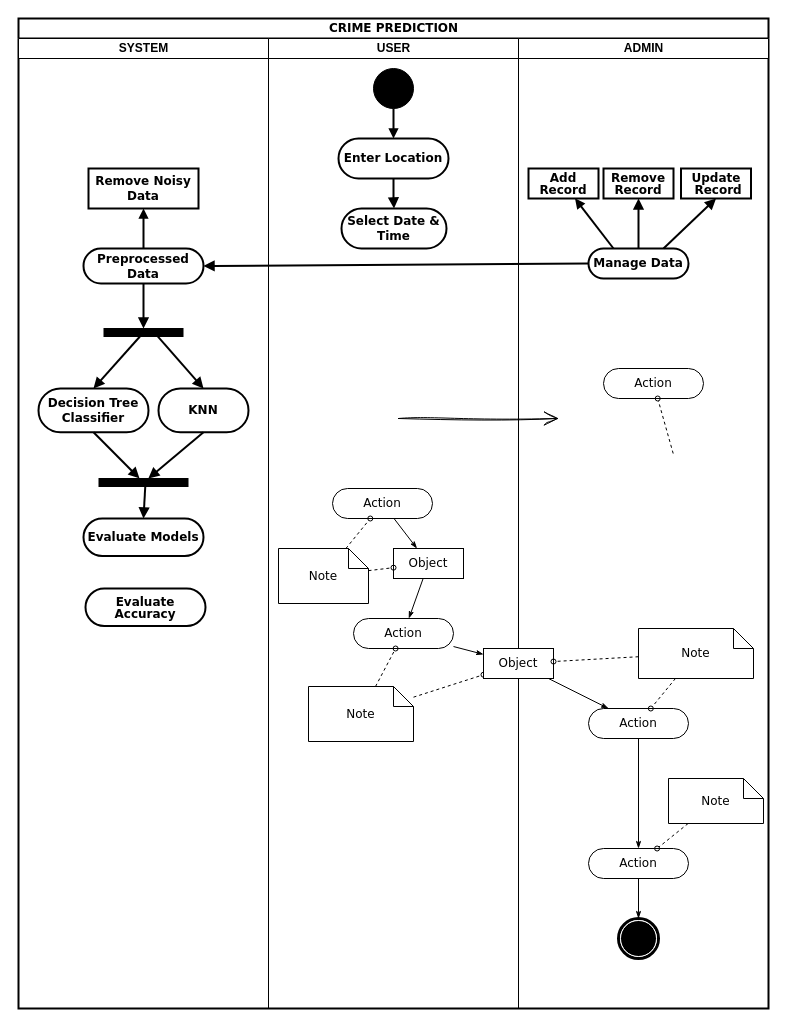
ChanumoluGayathri/System_Design keeps this draw.io diagram as Activity.drawio. Above is the earlier version. Source tidied: cells renumbered, new cells numbered last; positions are measured from the earlier drawing's top-left corner, leaving out a move shared by most shapes. Both pictures are drawn from the tidied source at 100%, with x=0, y=0 at pixel (18, 18).
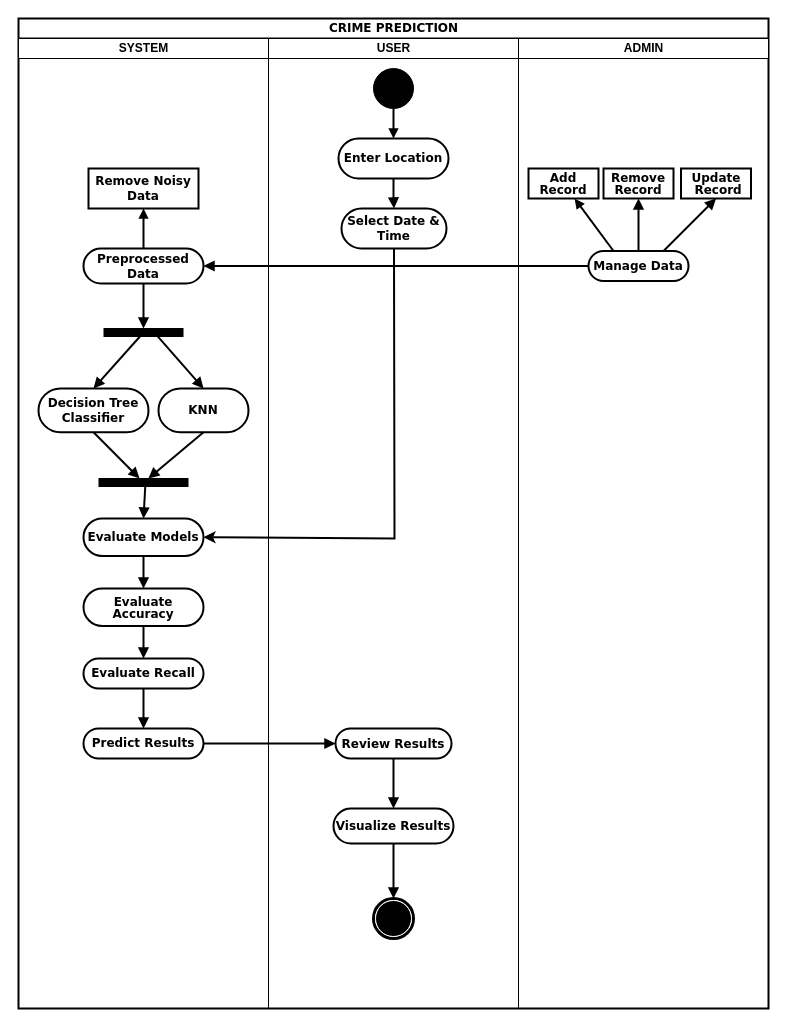
The same diagram, later.

The change refers to these unchanged cells:
```xml
<mxCell id="2" value="CRIME PREDICTION" style="swimlane;html=1;startSize=20;rounded=0;shadow=0;comic=0;labelBackgroundColor=none;strokeWidth=2;fontFamily=Verdana;fontSize=12;align=center;" parent="1" vertex="1">
  <mxGeometry width="750" height="990" as="geometry" />
</mxCell>
<mxCell id="3" value="SYSTEM" style="swimlane;html=1;startSize=20;" parent="2" vertex="1">
  <mxGeometry y="20" width="250" height="970" as="geometry" />
</mxCell>
<mxCell id="4" value="&lt;b&gt;Preprocessed Data&lt;/b&gt;" style="rounded=1;whiteSpace=wrap;html=1;shadow=0;comic=0;labelBackgroundColor=none;strokeWidth=2;fontFamily=Verdana;fontSize=12;align=center;arcSize=50;" parent="3" vertex="1">
  <mxGeometry x="65" y="210" width="120" height="35" as="geometry" />
</mxCell>
<mxCell id="16" value="&lt;b&gt;Evaluate Models&lt;/b&gt;" style="whiteSpace=wrap;html=1;fontFamily=Verdana;rounded=1;shadow=0;comic=0;labelBackgroundColor=none;strokeWidth=2;arcSize=50;" parent="3" vertex="1">
  <mxGeometry x="65" y="480" width="120" height="37.5" as="geometry" />
</mxCell>
<mxCell id="21" value="USER" style="swimlane;html=1;startSize=20;" parent="2" vertex="1">
  <mxGeometry x="250" y="20" width="250" height="970" as="geometry" />
</mxCell>
<mxCell id="36" value="&lt;font style=&quot;font-size: 12px;&quot;&gt;&lt;b style=&quot;&quot;&gt;Select Date &amp;amp; Time&lt;/b&gt;&lt;/font&gt;" style="rounded=1;whiteSpace=wrap;html=1;shadow=0;comic=0;labelBackgroundColor=none;strokeWidth=2;fontFamily=Verdana;fontSize=12;align=center;arcSize=50;" parent="21" vertex="1">
  <mxGeometry x="73" y="170" width="105" height="40" as="geometry" />
</mxCell>
<mxCell id="38" value="ADMIN" style="swimlane;html=1;startSize=20;" parent="2" vertex="1">
  <mxGeometry x="500" y="20" width="250" height="970" as="geometry" />
</mxCell>
```

Change to the diagram source:
```diff
@@
+    <mxCell id="61" style="edgeStyle=orthogonalEdgeStyle;rounded=0;hachureGap=4;jettySize=auto;html=1;fontFamily=Architects Daughter;fontSize=16;strokeWidth=2;endArrow=block;endFill=1;" parent="3" edge="1" source="16" target="18">
+      <mxGeometry relative="1" as="geometry" />
+    </mxCell>
@@
+    <mxCell id="62" style="edgeStyle=orthogonalEdgeStyle;rounded=0;hachureGap=4;jettySize=auto;html=1;fontFamily=Architects Daughter;fontSize=16;strokeWidth=2;endArrow=block;endFill=1;" parent="3" edge="1" source="18" target="64">
+      <mxGeometry relative="1" as="geometry" />
+    </mxCell>
     <mxCell id="18" value="&lt;p style=&quot;line-height: 100%;&quot;&gt;&lt;b&gt;Evaluate Accuracy&lt;/b&gt;&lt;/p&gt;" style="whiteSpace=wrap;html=1;fontFamily=Verdana;rounded=1;shadow=0;comic=0;labelBackgroundColor=none;strokeWidth=2;arcSize=50;" parent="3" vertex="1">
-      <mxGeometry x="67" y="550" width="120" height="37.5" as="geometry" />
+      <mxGeometry x="65" y="550" width="120" height="37.5" as="geometry" />
     </mxCell>
-    <mxCell id="19" style="edgeStyle=none;rounded=0;html=1;labelBackgroundColor=none;startArrow=none;startFill=0;startSize=5;endArrow=classicThin;endFill=1;endSize=5;jettySize=auto;strokeWidth=1;fontFamily=Verdana;fontSize=12;" parent="2" edge="1" source="26" target="44">
-      <mxGeometry relative="1" as="geometry" />
-    </mxCell>
-    <mxCell id="20" style="edgeStyle=none;rounded=0;html=1;dashed=1;labelBackgroundColor=none;startArrow=none;startFill=0;startSize=5;endArrow=oval;endFill=0;endSize=5;jettySize=auto;strokeWidth=1;fontFamily=Verdana;fontSize=12;" parent="2" edge="1" source="31" target="44">
-      <mxGeometry relative="1" as="geometry" />
-    </mxCell>
+    <mxCell id="63" style="edgeStyle=orthogonalEdgeStyle;rounded=0;hachureGap=4;jettySize=auto;html=1;fontFamily=Architects Daughter;fontSize=16;strokeWidth=2;endArrow=block;endFill=1;" parent="3" edge="1" source="64" target="65">
+      <mxGeometry relative="1" as="geometry" />
+    </mxCell>
+    <mxCell id="64" value="&lt;b&gt;Evaluate Recall&lt;/b&gt;" style="whiteSpace=wrap;html=1;fontFamily=Verdana;rounded=1;shadow=0;comic=0;labelBackgroundColor=none;strokeWidth=2;arcSize=50;" parent="3" vertex="1">
+      <mxGeometry x="65" y="620" width="120" height="30" as="geometry" />
+    </mxCell>
+    <mxCell id="65" value="&lt;b&gt;Predict Results&lt;/b&gt;" style="whiteSpace=wrap;html=1;fontFamily=Verdana;rounded=1;shadow=0;comic=0;labelBackgroundColor=none;strokeWidth=2;arcSize=50;" parent="3" vertex="1">
+      <mxGeometry x="65" y="690" width="120" height="30" as="geometry" />
+    </mxCell>
+    <mxCell id="37" style="endArrow=block;html=1;rounded=0;hachureGap=4;fontFamily=Architects Daughter;fontSize=16;exitX=0;exitY=0.5;exitDx=0;exitDy=0;entryX=1;entryY=0.5;entryDx=0;entryDy=0;strokeWidth=2;endFill=1;" parent="2" edge="1" source="40" target="4">
+      <mxGeometry relative="1" as="geometry" />
+    </mxCell>
@@
-    <mxCell id="22" style="edgeStyle=none;rounded=0;html=1;labelBackgroundColor=none;startArrow=none;startFill=0;startSize=5;endArrow=classicThin;endFill=1;endSize=5;jettySize=auto;strokeWidth=1;fontFamily=Verdana;fontSize=12;" parent="21" edge="1" source="23" target="25">
-      <mxGeometry relative="1" as="geometry" />
-    </mxCell>
+    <mxCell id="66" style="edgeStyle=orthogonalEdgeStyle;rounded=0;hachureGap=4;jettySize=auto;html=1;fontFamily=Architects Daughter;fontSize=16;strokeWidth=2;endArrow=block;endFill=1;" parent="21" edge="1" source="23" target="68">
+      <mxGeometry relative="1" as="geometry" />
+    </mxCell>
-    <mxCell id="23" value="Action" style="rounded=1;whiteSpace=wrap;html=1;shadow=0;comic=0;labelBackgroundColor=none;strokeWidth=1;fontFamily=Verdana;fontSize=12;align=center;arcSize=50;" parent="21" vertex="1">
-      <mxGeometry x="64" y="450" width="100" height="30" as="geometry" />
+    <mxCell id="23" value="&lt;p style=&quot;line-height: 100%;&quot;&gt;&lt;b&gt;Review Results&lt;/b&gt;&lt;/p&gt;" style="rounded=1;whiteSpace=wrap;html=1;shadow=0;comic=0;labelBackgroundColor=none;strokeWidth=2;fontFamily=Verdana;fontSize=12;align=center;arcSize=50;" parent="21" vertex="1">
+      <mxGeometry x="67" y="690" width="116" height="30" as="geometry" />
     </mxCell>
-    <mxCell id="24" style="edgeStyle=none;rounded=0;html=1;labelBackgroundColor=none;startArrow=none;startFill=0;startSize=5;endArrow=classicThin;endFill=1;endSize=5;jettySize=auto;strokeWidth=1;fontFamily=Verdana;fontSize=12;" parent="21" edge="1" source="25" target="26">
-      <mxGeometry relative="1" as="geometry" />
-    </mxCell>
-    <mxCell id="25" value="Object" style="rounded=0;whiteSpace=wrap;html=1;shadow=0;comic=0;labelBackgroundColor=none;strokeWidth=1;fontFamily=Verdana;fontSize=12;align=center;arcSize=50;" parent="21" vertex="1">
-      <mxGeometry x="125" y="510" width="70" height="30" as="geometry" />
-    </mxCell>
-    <mxCell id="26" value="Action" style="rounded=1;whiteSpace=wrap;html=1;shadow=0;comic=0;labelBackgroundColor=none;strokeWidth=1;fontFamily=Verdana;fontSize=12;align=center;arcSize=50;" parent="21" vertex="1">
-      <mxGeometry x="85" y="580" width="100" height="30" as="geometry" />
-    </mxCell>
-    <mxCell id="27" style="edgeStyle=none;rounded=0;html=1;dashed=1;labelBackgroundColor=none;startArrow=none;startFill=0;startSize=5;endArrow=oval;endFill=0;endSize=5;jettySize=auto;strokeWidth=1;fontFamily=Verdana;fontSize=12;" parent="21" edge="1" source="29" target="23">
-      <mxGeometry relative="1" as="geometry" />
-    </mxCell>
-    <mxCell id="28" style="edgeStyle=none;rounded=0;html=1;dashed=1;labelBackgroundColor=none;startArrow=none;startFill=0;startSize=5;endArrow=oval;endFill=0;endSize=5;jettySize=auto;strokeWidth=1;fontFamily=Verdana;fontSize=12;" parent="21" edge="1" source="29" target="25">
-      <mxGeometry relative="1" as="geometry" />
-    </mxCell>
-    <mxCell id="29" value="Note" style="shape=note;whiteSpace=wrap;html=1;rounded=0;shadow=0;comic=0;labelBackgroundColor=none;strokeWidth=1;fontFamily=Verdana;fontSize=12;align=center;size=20;" parent="21" vertex="1">
-      <mxGeometry x="10" y="510" width="90" height="55" as="geometry" />
-    </mxCell>
-    <mxCell id="30" style="edgeStyle=none;rounded=0;html=1;dashed=1;labelBackgroundColor=none;startArrow=none;startFill=0;startSize=5;endArrow=oval;endFill=0;endSize=5;jettySize=auto;strokeWidth=1;fontFamily=Verdana;fontSize=12;" parent="21" edge="1" source="31" target="26">
-      <mxGeometry relative="1" as="geometry" />
-    </mxCell>
-    <mxCell id="31" value="Note" style="shape=note;whiteSpace=wrap;html=1;rounded=0;shadow=0;comic=0;labelBackgroundColor=none;strokeWidth=1;fontFamily=Verdana;fontSize=12;align=center;size=20;" parent="21" vertex="1">
-      <mxGeometry x="40" y="648" width="105" height="55" as="geometry" />
-    </mxCell>
@@
-    <mxCell id="37" style="endArrow=block;html=1;rounded=0;hachureGap=4;fontFamily=Architects Daughter;fontSize=16;exitX=0;exitY=0.5;exitDx=0;exitDy=0;entryX=1;entryY=0.5;entryDx=0;entryDy=0;strokeWidth=2;endFill=1;" parent="2" edge="1" source="40" target="4">
-      <mxGeometry relative="1" as="geometry" />
-    </mxCell>
+    <mxCell id="67" style="edgeStyle=orthogonalEdgeStyle;rounded=0;hachureGap=4;jettySize=auto;html=1;fontFamily=Architects Daughter;fontSize=16;strokeWidth=2;endArrow=block;endFill=1;" parent="21" edge="1" source="68" target="49">
+      <mxGeometry relative="1" as="geometry" />
+    </mxCell>
+    <mxCell id="68" value="&lt;b&gt;Visualize Results&lt;/b&gt;" style="whiteSpace=wrap;html=1;fontFamily=Verdana;rounded=1;shadow=0;comic=0;labelBackgroundColor=none;strokeWidth=2;arcSize=50;" parent="21" vertex="1">
+      <mxGeometry x="65" y="770" width="120" height="35" as="geometry" />
+    </mxCell>
+    <mxCell id="49" style="shape=mxgraph.bpmn.shape;html=1;verticalLabelPosition=bottom;labelBackgroundColor=#ffffff;verticalAlign=top;perimeter=ellipsePerimeter;outline=end;symbol=terminate;rounded=0;shadow=0;comic=0;strokeWidth=1;fontFamily=Verdana;fontSize=12;align=center;" parent="21" vertex="1">
+      <mxGeometry x="105" y="860" width="40" height="40" as="geometry" />
+    </mxCell>
@@
     <mxCell id="40" value="&lt;b&gt;Manage Data&lt;/b&gt;" style="rounded=1;whiteSpace=wrap;html=1;shadow=0;comic=0;labelBackgroundColor=none;strokeWidth=2;fontFamily=Verdana;fontSize=12;align=center;arcSize=50;" parent="38" vertex="1">
-      <mxGeometry x="70" y="210" width="100" height="30" as="geometry" />
+      <mxGeometry x="70" y="212.5" width="100" height="30" as="geometry" />
     </mxCell>
-    <mxCell id="41" value="Action" style="rounded=1;whiteSpace=wrap;html=1;shadow=0;comic=0;labelBackgroundColor=none;strokeWidth=1;fontFamily=Verdana;fontSize=12;align=center;arcSize=50;" parent="38" vertex="1">
-      <mxGeometry x="85" y="330" width="100" height="30" as="geometry" />
-    </mxCell>
@@
-    <mxCell id="43" style="edgeStyle=none;rounded=0;html=1;labelBackgroundColor=none;startArrow=none;startFill=0;startSize=5;endArrow=classicThin;endFill=1;endSize=5;jettySize=auto;strokeWidth=1;fontFamily=Verdana;fontSize=12;" parent="38" edge="1" source="44" target="46">
-      <mxGeometry relative="1" as="geometry" />
-    </mxCell>
-    <mxCell id="44" value="Object" style="rounded=0;whiteSpace=wrap;html=1;shadow=0;comic=0;labelBackgroundColor=none;strokeWidth=1;fontFamily=Verdana;fontSize=12;align=center;arcSize=50;" parent="38" vertex="1">
-      <mxGeometry x="-35" y="610" width="70" height="30" as="geometry" />
-    </mxCell>
-    <mxCell id="45" style="edgeStyle=none;rounded=0;html=1;labelBackgroundColor=none;startArrow=none;startFill=0;startSize=5;endArrow=classicThin;endFill=1;endSize=5;jettySize=auto;strokeWidth=1;fontFamily=Verdana;fontSize=12;" parent="38" edge="1" source="46" target="48">
-      <mxGeometry relative="1" as="geometry" />
-    </mxCell>
-    <mxCell id="46" value="Action" style="rounded=1;whiteSpace=wrap;html=1;shadow=0;comic=0;labelBackgroundColor=none;strokeWidth=1;fontFamily=Verdana;fontSize=12;align=center;arcSize=50;" parent="38" vertex="1">
-      <mxGeometry x="70" y="670" width="100" height="30" as="geometry" />
-    </mxCell>
-    <mxCell id="47" style="edgeStyle=none;rounded=0;html=1;labelBackgroundColor=none;startArrow=none;startFill=0;startSize=5;endArrow=classicThin;endFill=1;endSize=5;jettySize=auto;strokeWidth=1;fontFamily=Verdana;fontSize=12;" parent="38" edge="1" source="48" target="49">
-      <mxGeometry relative="1" as="geometry" />
-    </mxCell>
-    <mxCell id="48" value="Action" style="rounded=1;whiteSpace=wrap;html=1;shadow=0;comic=0;labelBackgroundColor=none;strokeWidth=1;fontFamily=Verdana;fontSize=12;align=center;arcSize=50;" parent="38" vertex="1">
-      <mxGeometry x="70" y="810" width="100" height="30" as="geometry" />
-    </mxCell>
-    <mxCell id="49" style="shape=mxgraph.bpmn.shape;html=1;verticalLabelPosition=bottom;labelBackgroundColor=#ffffff;verticalAlign=top;perimeter=ellipsePerimeter;outline=end;symbol=terminate;rounded=0;shadow=0;comic=0;strokeWidth=1;fontFamily=Verdana;fontSize=12;align=center;" parent="38" vertex="1">
-      <mxGeometry x="100" y="880" width="40" height="40" as="geometry" />
-    </mxCell>
-    <mxCell id="50" style="edgeStyle=none;rounded=0;html=1;dashed=1;labelBackgroundColor=none;startArrow=none;startFill=0;startSize=5;endArrow=oval;endFill=0;endSize=5;jettySize=auto;strokeWidth=1;fontFamily=Verdana;fontSize=12;" parent="38" edge="1" target="41">
-      <mxGeometry relative="1" as="geometry">
-        <mxPoint x="154.7" y="415" as="sourcePoint" />
-      </mxGeometry>
-    </mxCell>
-    <mxCell id="51" style="edgeStyle=none;rounded=0;html=1;dashed=1;labelBackgroundColor=none;startArrow=none;startFill=0;startSize=5;endArrow=oval;endFill=0;endSize=5;jettySize=auto;strokeWidth=1;fontFamily=Verdana;fontSize=12;" parent="38" edge="1" source="53" target="46">
-      <mxGeometry relative="1" as="geometry" />
-    </mxCell>
-    <mxCell id="52" style="edgeStyle=none;rounded=0;html=1;dashed=1;labelBackgroundColor=none;startArrow=none;startFill=0;startSize=5;endArrow=oval;endFill=0;endSize=5;jettySize=auto;strokeWidth=1;fontFamily=Verdana;fontSize=12;" parent="38" edge="1" source="53" target="44">
-      <mxGeometry relative="1" as="geometry" />
-    </mxCell>
-    <mxCell id="53" value="Note" style="shape=note;whiteSpace=wrap;html=1;rounded=0;shadow=0;comic=0;labelBackgroundColor=none;strokeWidth=1;fontFamily=Verdana;fontSize=12;align=center;size=20;" parent="38" vertex="1">
-      <mxGeometry x="120" y="590" width="115" height="50" as="geometry" />
-    </mxCell>
-    <mxCell id="54" style="edgeStyle=none;rounded=0;html=1;dashed=1;labelBackgroundColor=none;startArrow=none;startFill=0;startSize=5;endArrow=oval;endFill=0;endSize=5;jettySize=auto;strokeWidth=1;fontFamily=Verdana;fontSize=12;" parent="38" edge="1" source="55" target="48">
-      <mxGeometry relative="1" as="geometry" />
-    </mxCell>
-    <mxCell id="55" value="Note" style="shape=note;whiteSpace=wrap;html=1;rounded=0;shadow=0;comic=0;labelBackgroundColor=none;strokeWidth=1;fontFamily=Verdana;fontSize=12;align=center;size=20;" parent="38" vertex="1">
-      <mxGeometry x="150" y="740" width="95" height="45" as="geometry" />
-    </mxCell>
@@
-    <mxCell id="60" style="endArrow=open;endFill=1;endSize=12;html=1;rounded=0;sketch=1;hachureGap=4;jiggle=2;curveFitting=1;fontFamily=Architects Daughter;fontSize=16;" parent="1" edge="1">
-      <mxGeometry relative="1" as="geometry">
-        <mxPoint x="380" y="400" as="sourcePoint" />
-        <mxPoint x="540" y="400" as="targetPoint" />
-      </mxGeometry>
-    </mxCell>
+    <mxCell id="69" style="edgeStyle=orthogonalEdgeStyle;rounded=0;hachureGap=4;jettySize=auto;html=1;fontFamily=Architects Daughter;fontSize=16;strokeWidth=2;endArrow=block;endFill=1;" parent="2" edge="1" source="65" target="23">
+      <mxGeometry relative="1" as="geometry" />
+    </mxCell>
+    <mxCell id="70" style="endArrow=classic;html=1;rounded=0;hachureGap=4;fontFamily=Architects Daughter;fontSize=16;exitX=0.5;exitY=1;exitDx=0;exitDy=0;entryX=1;entryY=0.5;entryDx=0;entryDy=0;strokeWidth=2;" parent="2" edge="1" source="36" target="16">
+      <mxGeometry relative="1" as="geometry">
+        <Array as="points">
+          <mxPoint x="376" y="520" />
+        </Array>
+      </mxGeometry>
+    </mxCell>
```
